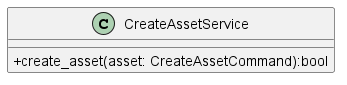
The PlantUML diagram src/PB/DocumentazioneEsterna/Specifica_Tecnica/content/uml/png/CreateAsset/CreateAssetService.png in GroupRubberDuck/Documentazione, before a commit. The source it was exported from:
```plantuml
@startuml CreateAssetService
skinparam classAttributeIconSize 0
class CreateAssetService {
    + create_asset(asset: CreateAssetCommand):bool
}

@enduml
```
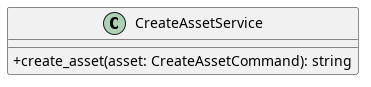
Later version of the same file.

Change to the diagram source:
```diff
@@ -1,7 +1,7 @@
 @startuml CreateAssetService
 skinparam classAttributeIconSize 0
 class CreateAssetService {
-    + create_asset(asset: CreateAssetCommand):bool
+    + create_asset(asset: CreateAssetCommand): string
 }
 
 @enduml
```
